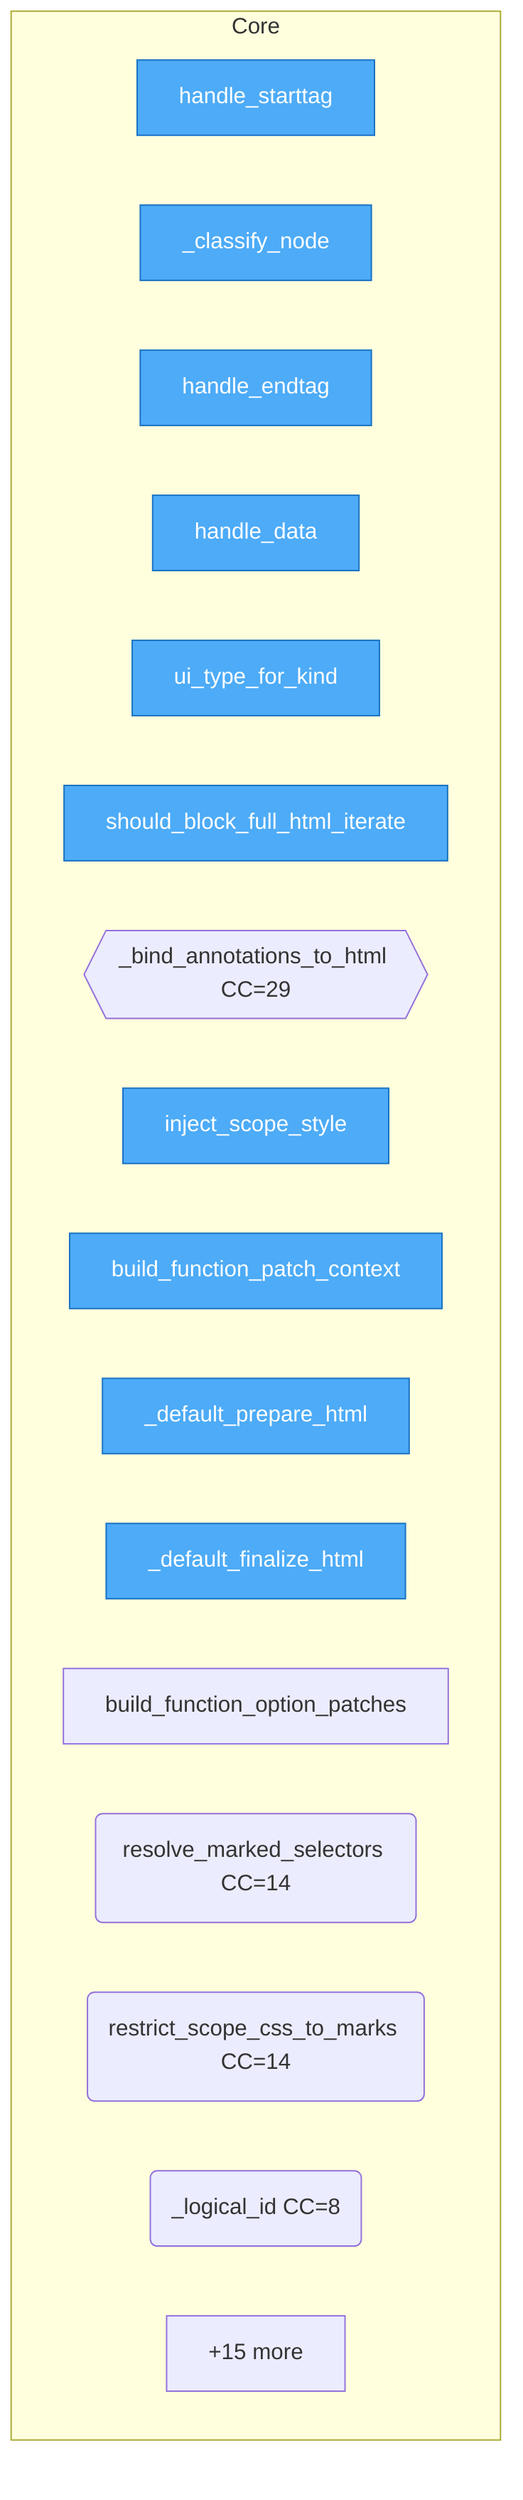
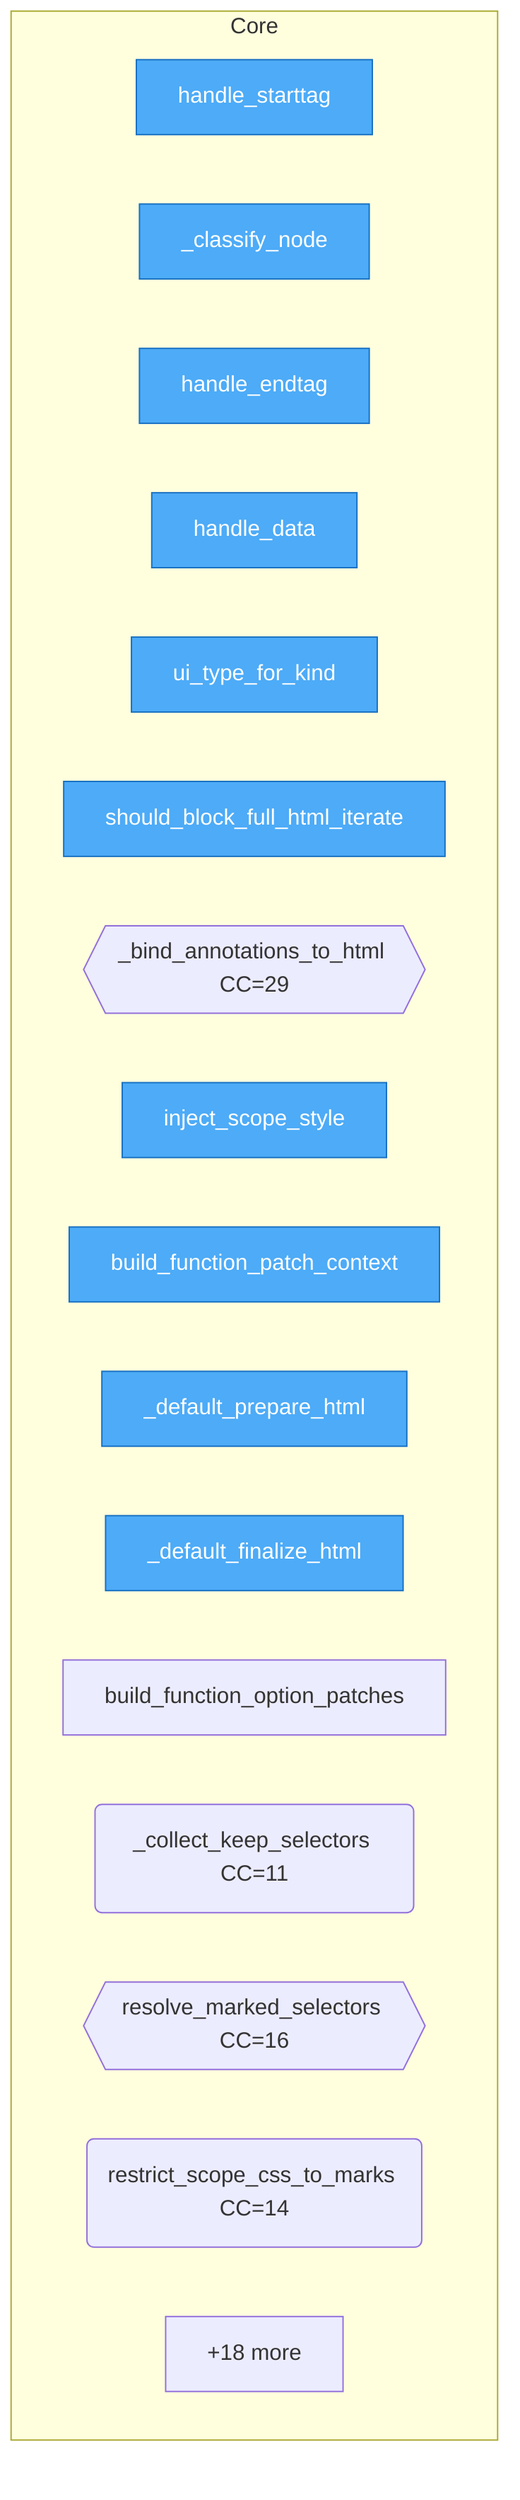
flowchart TD
%% generated in 0.00s

    %% Entry points (blue)
    classDef entry fill:#4dabf7,stroke:#1971c2,color:#fff

    subgraph Core
        repatch__project_ir___ProjectIRParser__handle_starttag["handle_starttag"]
        repatch__project_ir___ProjectIRParser___classify_node["_classify_node"]
        repatch__project_ir___ProjectIRParser__handle_endtag["handle_endtag"]
        repatch__project_ir___ProjectIRParser__handle_data["handle_data"]
        repatch__scope__ui_type_for_kind["ui_type_for_kind"]
        repatch__scope__should_block_full_html_iterate["should_block_full_html_iterate"]
        repatch__scope___bind_annotations_to_html{{_bind_annotations_to_html CC=29}}
        repatch__scope__inject_scope_style["inject_scope_style"]
        repatch__dom_patch__build_function_patch_context["build_function_patch_context"]
        repatch__dom_patch___default_prepare_html["_default_prepare_html"]
        repatch__dom_patch___default_finalize_html["_default_finalize_html"]
        repatch__dom_patch__build_function_option_patches["build_function_option_patches"]
-         repatch__marked_context__resolve_marked_selectors("resolve_marked_selectors CC=14")
+         repatch__marked_context___collect_keep_selectors("_collect_keep_selectors CC=11")
+         repatch__marked_context__resolve_marked_selectors{{resolve_marked_selectors CC=16}}
        repatch__marked_context__restrict_scope_css_to_marks("restrict_scope_css_to_marks CC=14")
-         repatch__marked_context___logical_id("_logical_id CC=8")
-         ...["+15 more"]
+         ...["+18 more"]
    end

    class repatch__project_ir___ProjectIRParser__handle_starttag,repatch__project_ir___ProjectIRParser___classify_node,repatch__project_ir___ProjectIRParser__handle_endtag,repatch__project_ir___ProjectIRParser__handle_data,repatch__scope__ui_type_for_kind,repatch__scope__should_block_full_html_iterate,repatch__scope__inject_scope_style,repatch__dom_patch__build_function_patch_context,repatch__dom_patch___default_prepare_html,repatch__dom_patch___default_finalize_html entry
